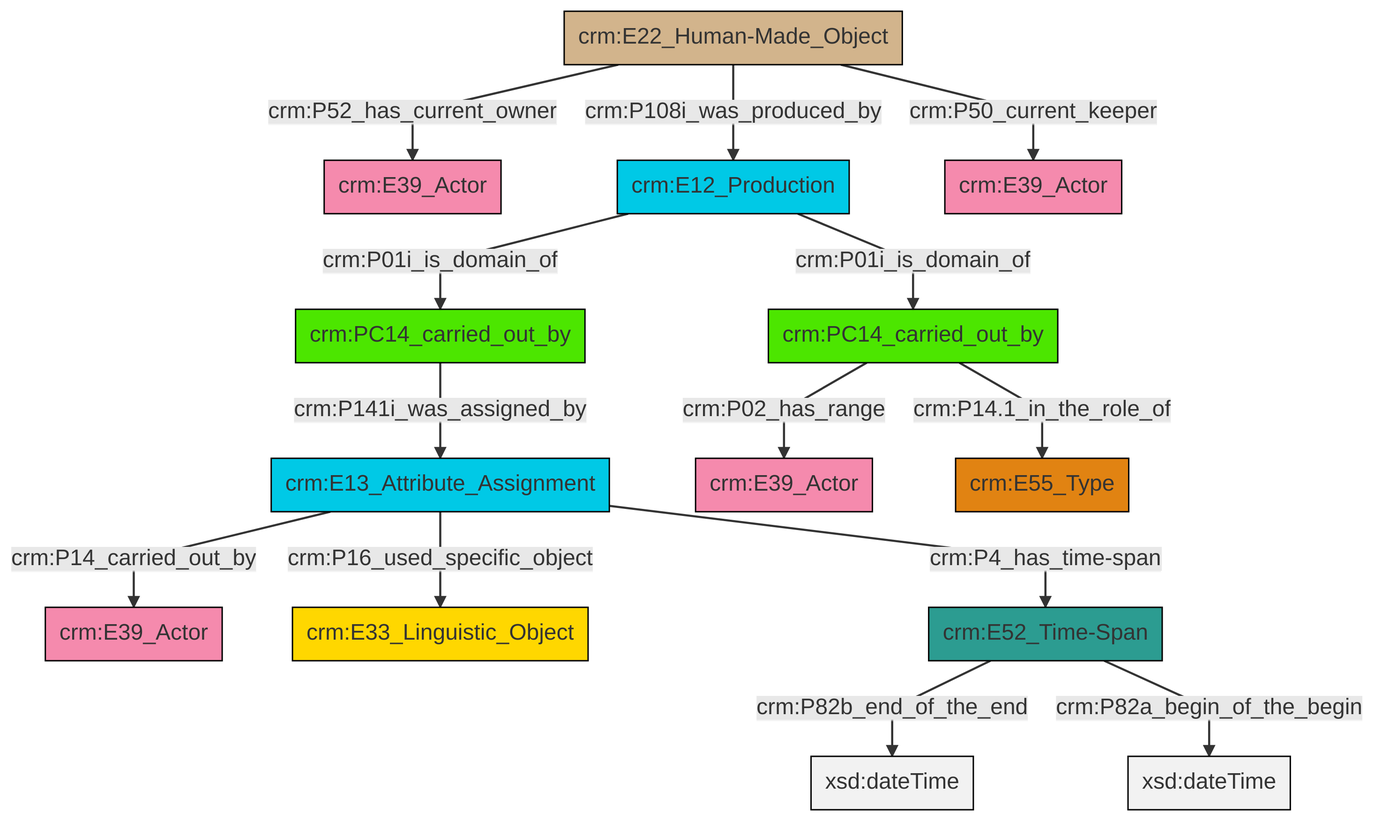
The Mermaid diagram et/carrierCSV/ttl/mmd/png/carrier_relations.png in swiss-art-research-net/docs.swissartresearch, before a commit. Its source is kept beside it as et/carrierCSV/ttl/mmd/carrier_relations.ttl.mmd.
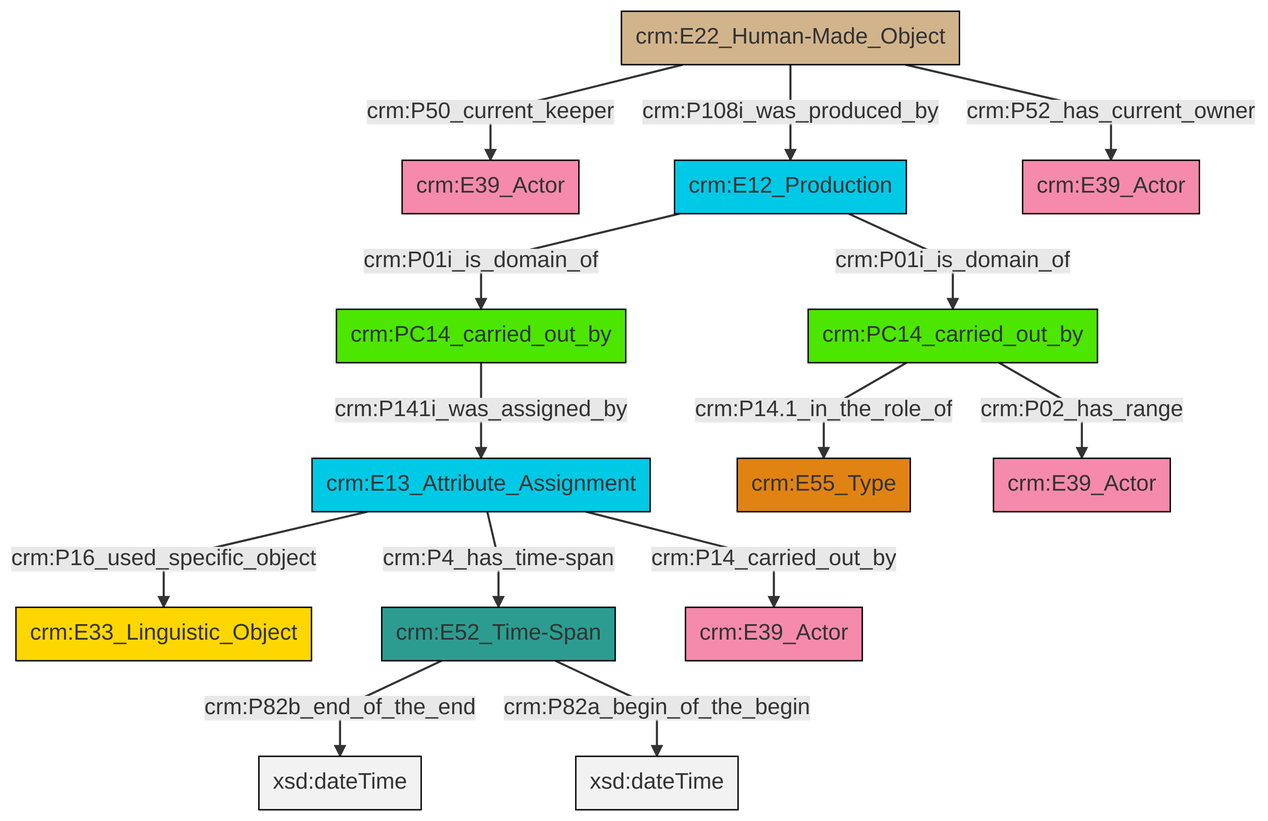
The same file after the commit.

What changed in the source:
```diff
@@ -13,16 +13,16 @@
 classDef PC_Classes fill:#4ce600, stroke:#000000;
 classDef Multi fill:#cccccc,stroke:#000000;
 
-2["crm:E13_Attribute_Assignment"]:::Temporal_Entity -->|crm:P14_carried_out_by| 3["crm:E39_Actor"]:::Actor
-4["crm:PC14_carried_out_by"]:::PC_Classes -->|crm:P141i_was_assigned_by| 2["crm:E13_Attribute_Assignment"]:::Temporal_Entity
-7["crm:PC14_carried_out_by"]:::PC_Classes -->|crm:P02_has_range| 8["crm:E39_Actor"]:::Actor
-2["crm:E13_Attribute_Assignment"]:::Temporal_Entity -->|crm:P16_used_specific_object| 9["crm:E33_Linguistic_Object"]:::Conceptual_Object
-10["crm:E12_Production"]:::Temporal_Entity -->|crm:P01i_is_domain_of| 7["crm:PC14_carried_out_by"]:::PC_Classes
-7["crm:PC14_carried_out_by"]:::PC_Classes -->|crm:P14.1_in_the_role_of| 11["crm:E55_Type"]:::Type
-13["crm:E52_Time-Span"]:::Time-Span -->|crm:P82b_end_of_the_end| 14[xsd:dateTime]:::Literal
-2["crm:E13_Attribute_Assignment"]:::Temporal_Entity -->|crm:P4_has_time-span| 13["crm:E52_Time-Span"]:::Time-Span
-0["crm:E22_Human-Made_Object"]:::Physical_Thing -->|crm:P50_current_keeper| 18["crm:E39_Actor"]:::Actor
-10["crm:E12_Production"]:::Temporal_Entity -->|crm:P01i_is_domain_of| 4["crm:PC14_carried_out_by"]:::PC_Classes
-13["crm:E52_Time-Span"]:::Time-Span -->|crm:P82a_begin_of_the_begin| 25[xsd:dateTime]:::Literal
-0["crm:E22_Human-Made_Object"]:::Physical_Thing -->|crm:P52_has_current_owner| 5["crm:E39_Actor"]:::Actor
-0["crm:E22_Human-Made_Object"]:::Physical_Thing -->|crm:P108i_was_produced_by| 10["crm:E12_Production"]:::Temporal_Entity
+0["crm:PC14_carried_out_by"]:::PC_Classes -->|crm:P141i_was_assigned_by| 1["crm:E13_Attribute_Assignment"]:::Temporal_Entity
+1["crm:E13_Attribute_Assignment"]:::Temporal_Entity -->|crm:P16_used_specific_object| 2["crm:E33_Linguistic_Object"]:::Conceptual_Object
+3["crm:E52_Time-Span"]:::Time-Span -->|crm:P82b_end_of_the_end| 4[xsd:dateTime]:::Literal
+5["crm:E22_Human-Made_Object"]:::Physical_Thing -->|crm:P50_current_keeper| 6["crm:E39_Actor"]:::Actor
+5["crm:E22_Human-Made_Object"]:::Physical_Thing -->|crm:P108i_was_produced_by| 10["crm:E12_Production"]:::Temporal_Entity
+13["crm:PC14_carried_out_by"]:::PC_Classes -->|crm:P14.1_in_the_role_of| 14["crm:E55_Type"]:::Type
+1["crm:E13_Attribute_Assignment"]:::Temporal_Entity -->|crm:P14_carried_out_by| 16["crm:E39_Actor"]:::Actor
+10["crm:E12_Production"]:::Temporal_Entity -->|crm:P01i_is_domain_of| 0["crm:PC14_carried_out_by"]:::PC_Classes
+5["crm:E22_Human-Made_Object"]:::Physical_Thing -->|crm:P52_has_current_owner| 11["crm:E39_Actor"]:::Actor
+1["crm:E13_Attribute_Assignment"]:::Temporal_Entity -->|crm:P4_has_time-span| 3["crm:E52_Time-Span"]:::Time-Span
+10["crm:E12_Production"]:::Temporal_Entity -->|crm:P01i_is_domain_of| 13["crm:PC14_carried_out_by"]:::PC_Classes
+13["crm:PC14_carried_out_by"]:::PC_Classes -->|crm:P02_has_range| 23["crm:E39_Actor"]:::Actor
+3["crm:E52_Time-Span"]:::Time-Span -->|crm:P82a_begin_of_the_begin| 25[xsd:dateTime]:::Literal
```
